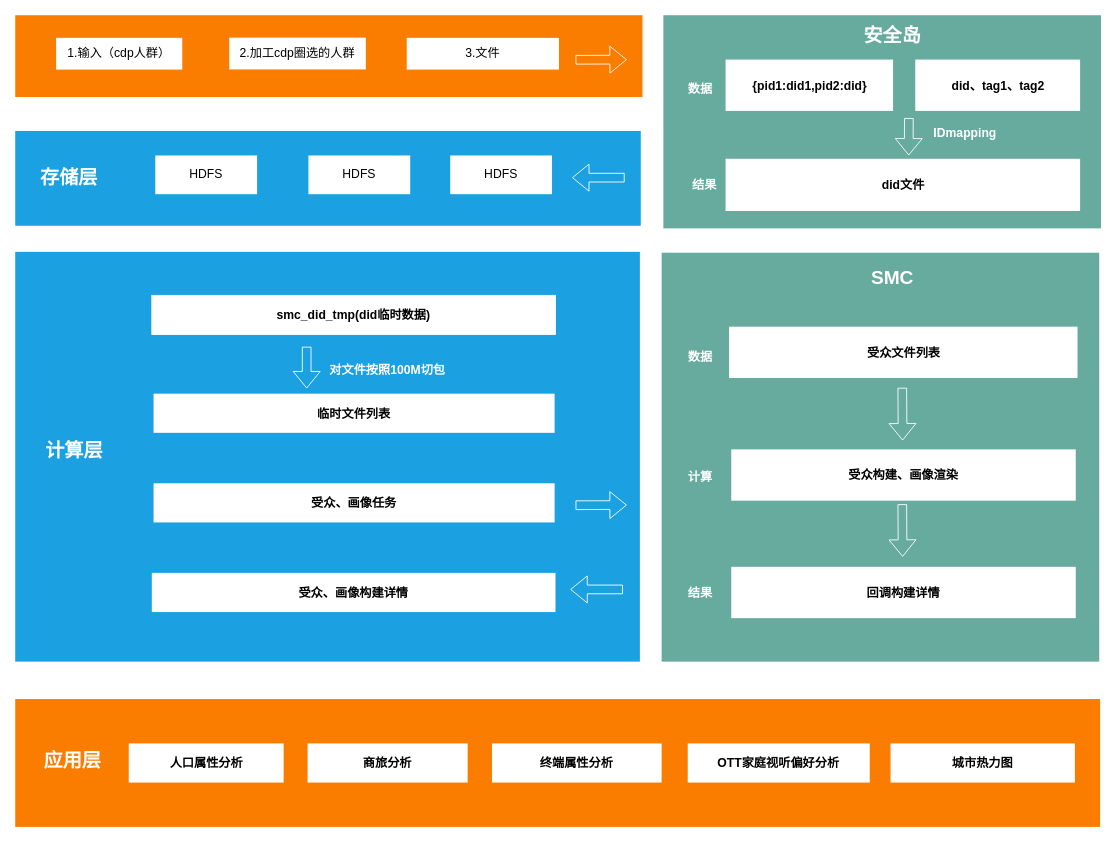
Before: 安全岛SMC.drawio in DThadch/draw, a draw.io diagram. Source tidied: cells renumbered, new cells numbered last; positions are measured from the earlier drawing's top-left corner, leaving out a move shared by most shapes. Both pictures are drawn from the tidied source at 87%, with x=0, y=0 at pixel (15, 15).
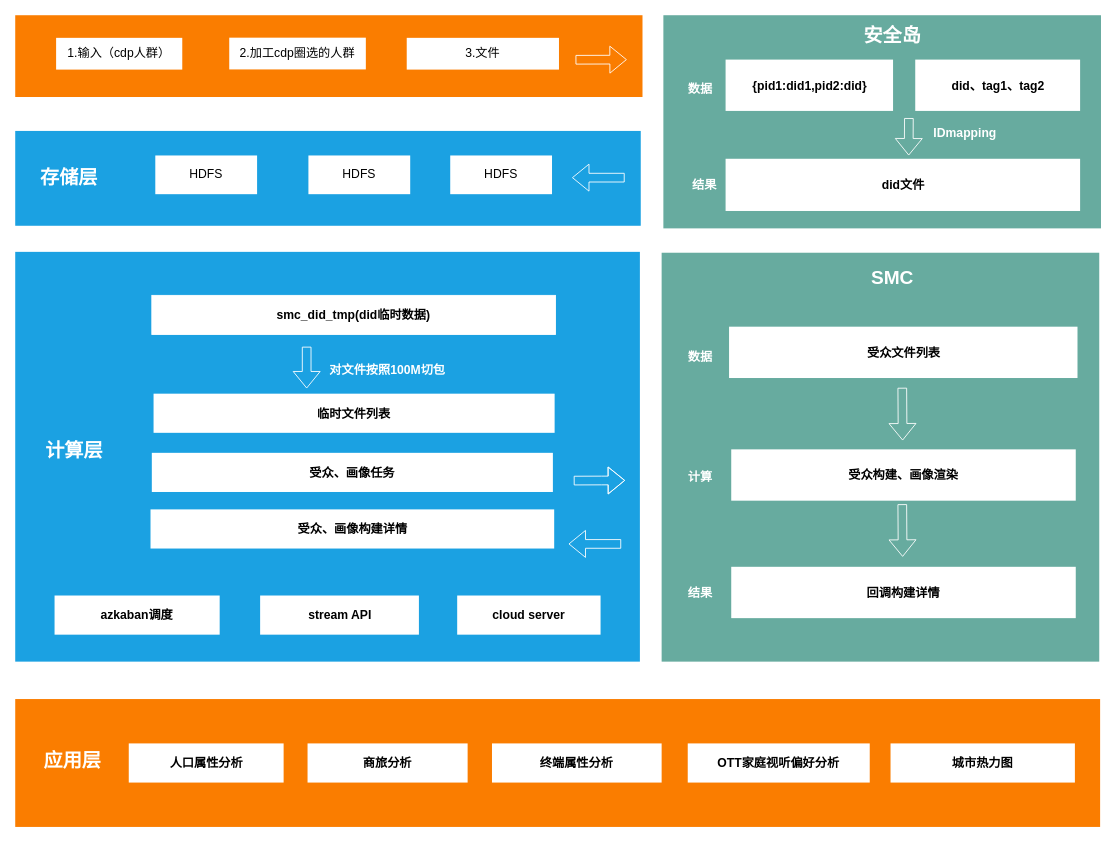
The same diagram, later.

Commit message (it also covers changes not shown here):
更新安全岛SMC.drawio

What changed in the source:
```diff
@@
     <mxCell id="25" value="受众、画像任务" style="rounded=0;whiteSpace=wrap;html=1;fillColor=#FFFFFF;strokeColor=none;fontSize=14;fontStyle=1;" parent="1" vertex="1">
-      <mxGeometry x="159" y="538" width="461" height="45" as="geometry" />
+      <mxGeometry x="157" y="503" width="461" height="45" as="geometry" />
     </mxCell>
     <mxCell id="26" value="受众、画像构建详情" style="rounded=0;whiteSpace=wrap;html=1;fillColor=#FFFFFF;strokeColor=none;fontSize=14;fontStyle=1;" parent="1" vertex="1">
-      <mxGeometry x="157" y="641" width="464" height="45" as="geometry" />
+      <mxGeometry x="155.5" y="568" width="464" height="45" as="geometry" />
     </mxCell>
@@
     <mxCell id="47" style="shape=flexArrow;endArrow=classic;html=1;rounded=0;strokeColor=#FFFFFF;" parent="1" edge="1">
       <mxGeometry relative="1" as="geometry">
-        <mxPoint x="644" y="563.2" as="sourcePoint" />
-        <mxPoint x="703" y="563" as="targetPoint" />
+        <mxPoint x="642" y="534.9" as="sourcePoint" />
+        <mxPoint x="701" y="534.7" as="targetPoint" />
+        <Array as="points">
+          <mxPoint x="674" y="534.8" />
+        </Array>
       </mxGeometry>
     </mxCell>
     <mxCell id="48" style="shape=flexArrow;endArrow=classic;html=1;rounded=0;strokeColor=#FFFFFF;" parent="1" edge="1">
       <mxGeometry relative="1" as="geometry">
-        <mxPoint x="698.5" y="660" as="sourcePoint" />
-        <mxPoint x="638" y="660" as="targetPoint" />
+        <mxPoint x="696.5" y="607.7" as="sourcePoint" />
+        <mxPoint x="636" y="607.7" as="targetPoint" />
       </mxGeometry>
     </mxCell>
+    <mxCell id="49" value="azkaban调度" style="rounded=0;whiteSpace=wrap;html=1;fillColor=#FFFFFF;strokeColor=none;fontSize=14;fontStyle=1;fontColor=#000000;" parent="1" vertex="1">
+      <mxGeometry x="45.2" y="667" width="189.8" height="45" as="geometry" />
+    </mxCell>
+    <mxCell id="50" value="stream API" style="rounded=0;whiteSpace=wrap;html=1;fillColor=#FFFFFF;strokeColor=none;fontSize=14;fontStyle=1;fontColor=#000000;" parent="1" vertex="1">
+      <mxGeometry x="281.5" y="667" width="182.5" height="45" as="geometry" />
+    </mxCell>
+    <mxCell id="51" value="cloud server" style="rounded=0;whiteSpace=wrap;html=1;fillColor=#FFFFFF;strokeColor=none;fontSize=14;fontStyle=1;fontColor=#000000;" parent="1" vertex="1">
+      <mxGeometry x="508" y="667" width="164.8" height="45" as="geometry" />
+    </mxCell>
```
